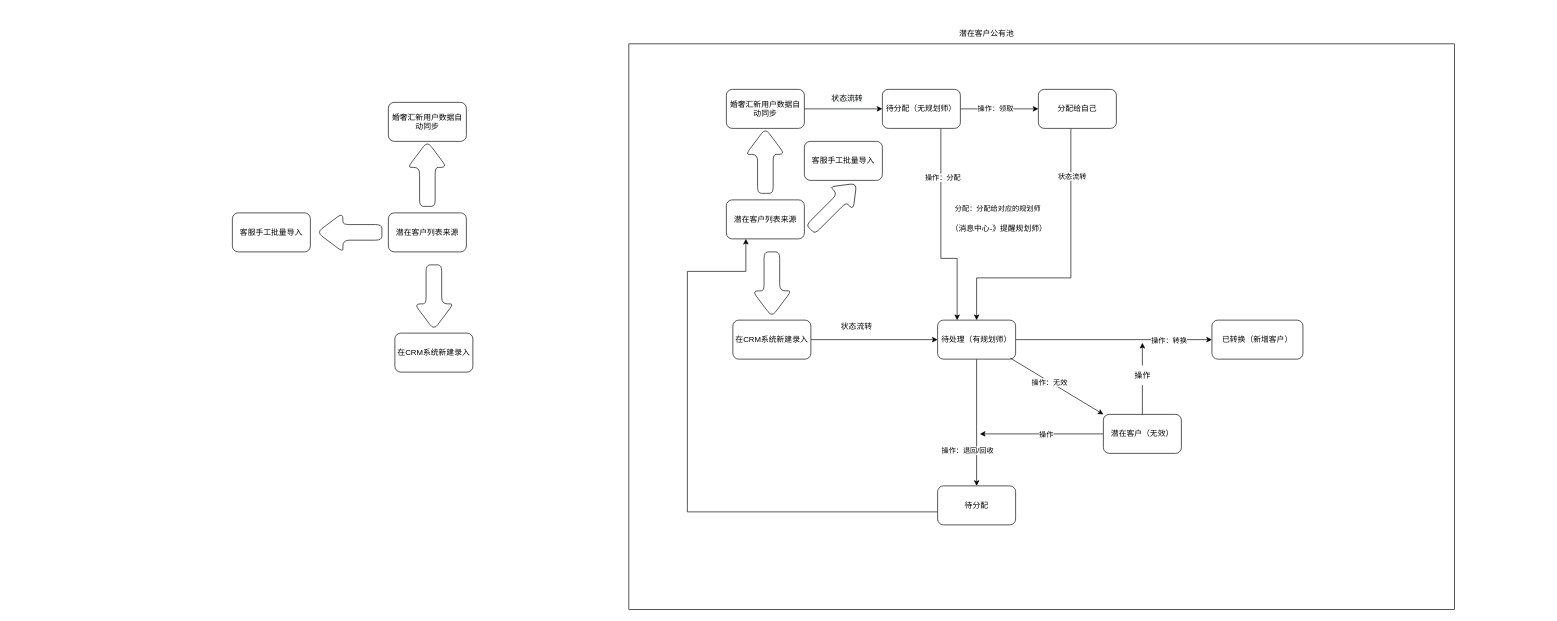
The draw.io diagram 婚奢汇业务流程图/CRM系统流转图.drawio in YYB1024/myRemoteRepo, before the edit. Source tidied: cells renumbered, new cells numbered last; positions are measured from the earlier drawing's top-left corner, leaving out a move shared by most shapes. Both pictures are drawn from the tidied source at 65%, with x=0, y=0 at pixel (232, 24).
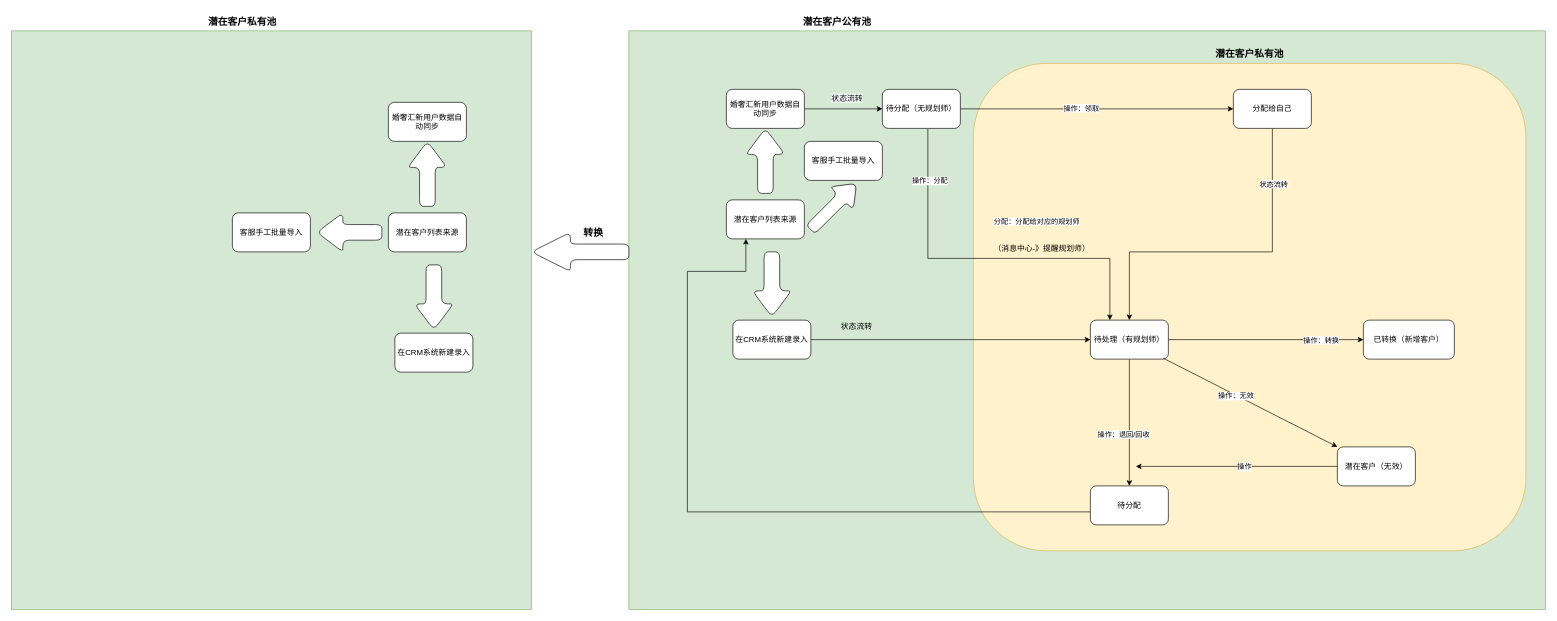
The same page after the edit.

Commit message:
更新CRM系统流转图.drawio

The change refers to these unchanged cells:
```xml
<mxCell id="11" style="edgeStyle=orthogonalEdgeStyle;rounded=0;jettySize=auto;html=1;" parent="1" edge="1" source="15" target="26">
  <mxGeometry relative="1" as="geometry" />
</mxCell>
<mxCell id="21" value="待分配（无规划师）" style="whiteSpace=wrap;html=1;rounded=1;" parent="1" vertex="1">
  <mxGeometry x="1000" y="100" width="120" height="60" as="geometry" />
</mxCell>
```

What changed in the source:
```diff
@@
+    <mxCell id="48" style="rounded=0;whiteSpace=wrap;html=1;fontSize=15;fillColor=#d5e8d4;strokeColor=#82b366;" parent="1" vertex="1">
+      <mxGeometry x="-340" y="10" width="800" height="890" as="geometry" />
+    </mxCell>
-    <mxCell id="2" style="rounded=0;whiteSpace=wrap;html=1;" parent="1" vertex="1">
-      <mxGeometry x="610" y="30" width="1270" height="870" as="geometry" />
+    <mxCell id="2" style="rounded=0;whiteSpace=wrap;html=1;fillColor=#d5e8d4;strokeColor=#82b366;" parent="1" vertex="1">
+      <mxGeometry x="610" y="10" width="1410" height="890" as="geometry" />
     </mxCell>
+    <mxCell id="49" style="rounded=1;whiteSpace=wrap;html=1;fillColor=#fff2cc;strokeColor=#d6b656;" parent="1" vertex="1">
+      <mxGeometry x="1140" y="60" width="850" height="750" as="geometry" />
+    </mxCell>
@@
     <mxCell id="12" value="操作：退回/回收" style="edgeLabel;html=1;align=center;verticalAlign=middle;" parent="11" vertex="1">
       <mxGeometry x="-0.1" y="1" relative="1" as="geometry">
-        <mxPoint x="-16" y="52" as="offset" />
+        <mxPoint x="-11" y="27" as="offset" />
       </mxGeometry>
     </mxCell>
@@
     <mxCell id="15" value="待处理（有规划师）" style="whiteSpace=wrap;html=1;rounded=1;" parent="1" vertex="1">
-      <mxGeometry x="1085" y="455" width="120" height="60" as="geometry" />
+      <mxGeometry x="1320" y="455" width="120" height="60" as="geometry" />
     </mxCell>
@@
     <mxCell id="17" style="edgeStyle=orthogonalEdgeStyle;rounded=0;jettySize=auto;html=1;entryX=0.25;entryY=0;entryDx=0;entryDy=0;" parent="1" edge="1" source="21" target="15">
       <mxGeometry relative="1" as="geometry">
         <Array as="points">
-          <mxPoint x="1090" y="360" />
-          <mxPoint x="1115" y="360" />
+          <mxPoint x="1070" y="360" />
+          <mxPoint x="1350" y="360" />
         </Array>
       </mxGeometry>
     </mxCell>
     <mxCell id="18" value="操作：分配" style="edgeLabel;html=1;align=center;verticalAlign=middle;" parent="17" vertex="1">
       <mxGeometry x="-0.54" y="2" relative="1" as="geometry">
-        <mxPoint y="1" as="offset" />
+        <mxPoint y="-52" as="offset" />
       </mxGeometry>
     </mxCell>
@@
     <mxCell id="24" value="（消息中心-》提醒规划师）" style="text;html=1;align=center;verticalAlign=middle;strokeColor=none;fillColor=none;" parent="1" vertex="1">
-      <mxGeometry x="1094" y="300" width="170" height="30" as="geometry" />
+      <mxGeometry x="1160" y="330" width="170" height="30" as="geometry" />
     </mxCell>
@@
     <mxCell id="26" value="待分配" style="whiteSpace=wrap;html=1;rounded=1;" parent="1" vertex="1">
-      <mxGeometry x="1085" y="710" width="120" height="60" as="geometry" />
+      <mxGeometry x="1320" y="710" width="120" height="60" as="geometry" />
     </mxCell>
     <mxCell id="27" style="edgeStyle=orthogonalEdgeStyle;rounded=0;jettySize=auto;html=1;entryX=0.5;entryY=0;entryDx=0;entryDy=0;" parent="1" edge="1" source="29" target="15">
       <mxGeometry relative="1" as="geometry">
         <Array as="points">
-          <mxPoint x="1290" y="390" />
-          <mxPoint x="1145" y="390" />
+          <mxPoint x="1600" y="350" />
+          <mxPoint x="1380" y="350" />
         </Array>
       </mxGeometry>
     </mxCell>
@@
     <mxCell id="29" value="分配给自己" style="whiteSpace=wrap;html=1;rounded=1;" parent="1" vertex="1">
-      <mxGeometry x="1240" y="100" width="120" height="60" as="geometry" />
+      <mxGeometry x="1540" y="100" width="120" height="60" as="geometry" />
     </mxCell>
     <mxCell id="30" value="&lt;span style=&quot;color: rgb(0, 0, 0); font-family: Helvetica; font-size: 11px; font-style: normal; font-variant-ligatures: normal; font-variant-caps: normal; font-weight: 400; letter-spacing: normal; orphans: 2; text-align: center; text-indent: 0px; text-transform: none; widows: 2; word-spacing: 0px; -webkit-text-stroke-width: 0px; background-color: rgb(255, 255, 255); text-decoration-thickness: initial; text-decoration-style: initial; text-decoration-color: initial; float: none; display: inline !important;&quot;&gt;分配：分配给对应的规划师&lt;/span&gt;" style="text;whiteSpace=wrap;html=1;" parent="1" vertex="1">
-      <mxGeometry x="1110" y="270" width="150" height="40" as="geometry" />
+      <mxGeometry x="1170" y="290" width="150" height="40" as="geometry" />
     </mxCell>
     <mxCell id="31" value="已转换（新增客户）" style="whiteSpace=wrap;html=1;rounded=1;" parent="1" vertex="1">
-      <mxGeometry x="1507" y="455" width="140" height="60" as="geometry" />
+      <mxGeometry x="1740" y="455" width="140" height="60" as="geometry" />
     </mxCell>
@@
     <mxCell id="34" style="edgeStyle=orthogonalEdgeStyle;rounded=0;jettySize=auto;html=1;" parent="1" edge="1" source="37">
       <mxGeometry relative="1" as="geometry">
-        <mxPoint x="1150" y="630" as="targetPoint" />
+        <mxPoint x="1390" y="680" as="targetPoint" />
       </mxGeometry>
     </mxCell>
@@
-    <mxCell id="36" style="edgeStyle=orthogonalEdgeStyle;rounded=0;jettySize=auto;html=1;startArrow=none;" parent="1" edge="1" source="38">
-      <mxGeometry relative="1" as="geometry">
-        <mxPoint x="1400" y="490" as="targetPoint" />
-      </mxGeometry>
-    </mxCell>
     <mxCell id="37" value="潜在客户（无效）" style="rounded=1;whiteSpace=wrap;html=1;" parent="1" vertex="1">
-      <mxGeometry x="1340" y="600" width="120" height="60" as="geometry" />
+      <mxGeometry x="1700" y="650" width="120" height="60" as="geometry" />
     </mxCell>
-    <mxCell id="38" value="操作" style="text;html=1;align=center;verticalAlign=middle;points=[];strokeColor=none;fillColor=none;" parent="1" vertex="1">
-      <mxGeometry x="1375" y="525" width="50" height="30" as="geometry" />
-    </mxCell>
-    <mxCell id="39" style="edgeStyle=orthogonalEdgeStyle;rounded=0;jettySize=auto;html=1;endArrow=none;" parent="1" edge="1" source="37" target="38">
-      <mxGeometry relative="1" as="geometry" />
-    </mxCell>
@@
-    <mxCell id="47" value="潜在客户公有池" style="text;html=1;align=center;verticalAlign=middle;strokeColor=none;fillColor=none;" parent="1" vertex="1">
-      <mxGeometry x="1105" width="110" height="30" as="geometry" />
+    <mxCell id="47" value="&lt;b&gt;&lt;font style=&quot;font-size: 15px;&quot;&gt;潜在客户公有池&lt;/font&gt;&lt;/b&gt;" style="text;html=1;align=center;verticalAlign=middle;strokeColor=none;fillColor=none;" parent="1" vertex="1">
+      <mxGeometry x="865" y="-20" width="130" height="30" as="geometry" />
     </mxCell>
+    <mxCell id="50" value="&lt;b style=&quot;font-size: 12px;&quot;&gt;&lt;font style=&quot;font-size: 15px;&quot;&gt;潜在客户私有池&lt;/font&gt;&lt;/b&gt;" style="text;html=1;strokeColor=none;fillColor=none;align=center;verticalAlign=middle;whiteSpace=wrap;rounded=0;fontSize=15;" parent="1" vertex="1">
+      <mxGeometry x="1490" y="30" width="150" height="30" as="geometry" />
+    </mxCell>
+    <mxCell id="51" value="&lt;b style=&quot;font-size: 12px;&quot;&gt;&lt;font style=&quot;font-size: 15px;&quot;&gt;潜在客户私有池&lt;/font&gt;&lt;/b&gt;" style="text;html=1;align=center;verticalAlign=middle;strokeColor=none;fillColor=none;fontSize=15;" parent="1" vertex="1">
+      <mxGeometry x="-50" y="-20" width="130" height="30" as="geometry" />
+    </mxCell>
+    <mxCell id="52" style="shape=singleArrow;whiteSpace=wrap;html=1;arrowWidth=0.4;arrowSize=0.4;rounded=1;direction=west;" parent="1" vertex="1">
+      <mxGeometry x="460" y="320" width="150" height="60" as="geometry" />
+    </mxCell>
+    <mxCell id="53" value="&lt;b&gt;转换&lt;/b&gt;" style="text;html=1;align=center;verticalAlign=middle;strokeColor=none;fillColor=none;fontSize=15;" parent="1" vertex="1">
+      <mxGeometry x="530" y="305" width="50" height="30" as="geometry" />
+    </mxCell>
```
